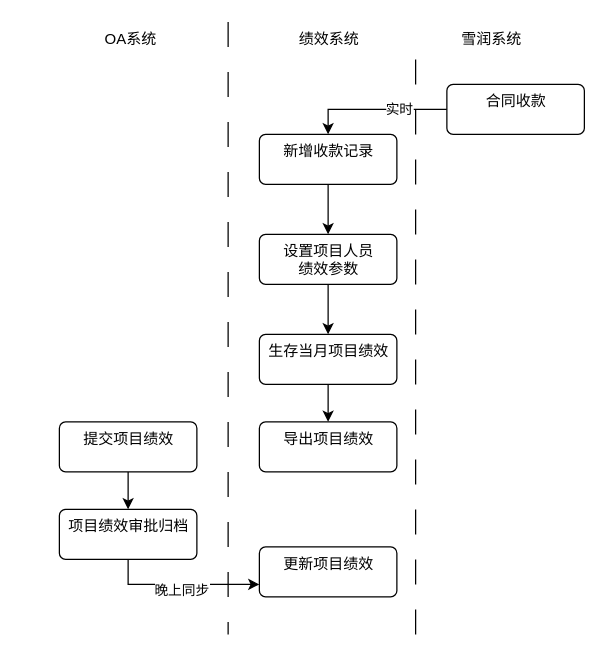
The draw.io diagram page "绩效发放流程图 for 使用说明书" (7 of 7) of shrine-doc/项目绩效总体流程.drawio in easefulfil/CLOUDCARE, before the edit. Source tidied: cells renumbered, new cells numbered last; positions are measured from the earlier drawing's top-left corner, leaving out a move shared by most shapes. Both pictures are drawn from the tidied source at 125%, with x=0, y=0 at pixel (59, 21).
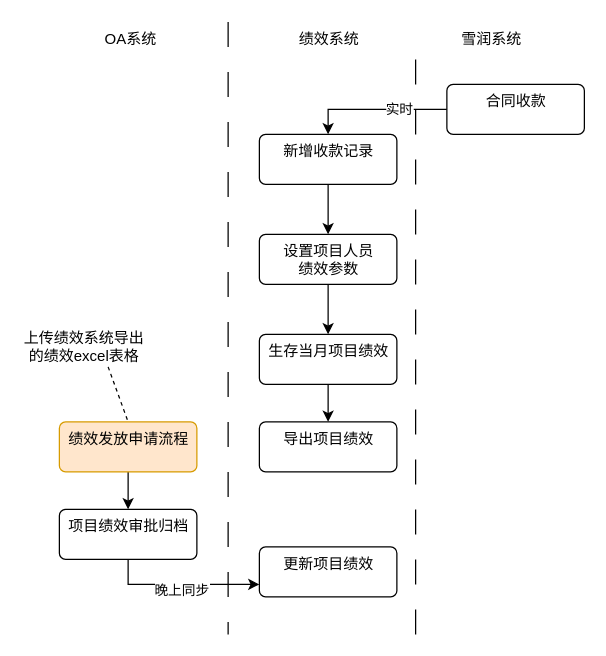
The same diagram, later.

The edit, as a diff of the source:
```diff
@@
-    <mxCell id="18" value="提交项目绩效" style="html=1;align=center;verticalAlign=top;rounded=1;absoluteArcSize=1;arcSize=10;dashed=0;" parent="1" vertex="1">
+    <mxCell id="18" value="绩效发放申请流程" style="html=1;align=center;verticalAlign=top;rounded=1;absoluteArcSize=1;arcSize=10;dashed=0;fillColor=#ffe6cc;strokeColor=#d79b00;" parent="1" vertex="1">
       <mxGeometry y="320" width="110" height="40" as="geometry" />
     </mxCell>
@@
+    <mxCell id="23" value="上传绩效系统导出的绩效excel表格" style="text;html=1;strokeColor=none;fillColor=none;align=center;verticalAlign=middle;whiteSpace=wrap;rounded=0;" parent="1" vertex="1">
+      <mxGeometry x="-30" y="245" width="100" height="30" as="geometry" />
+    </mxCell>
+    <mxCell id="24" style="endArrow=none;dashed=1;html=1;rounded=0;entryX=0.5;entryY=0;entryDx=0;entryDy=0;exitX=0.69;exitY=1.033;exitDx=0;exitDy=0;exitPerimeter=0;" parent="1" edge="1" source="23" target="18">
+      <mxGeometry relative="1" as="geometry" />
+    </mxCell>
```
